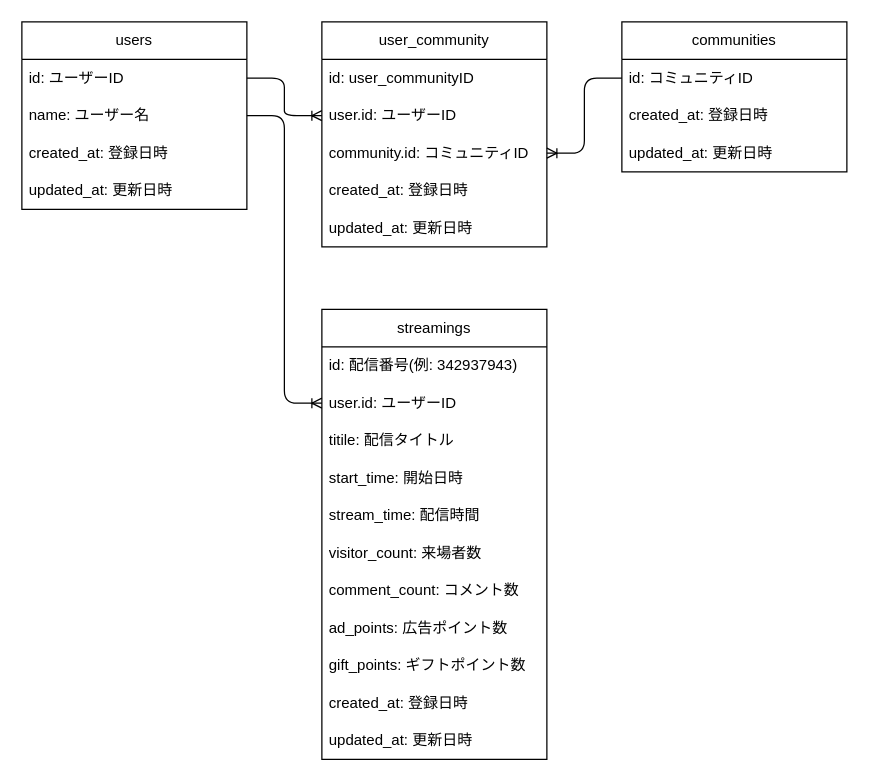
Before: NicodbApp.drawio in MASA20201203/NicodbLaravel, a draw.io diagram. Source tidied: cells renumbered, new cells numbered last; positions are measured from the earlier drawing's top-left corner, leaving out a move shared by most shapes. Both pictures are drawn from the tidied source at 125%, with x=0, y=0 at pixel (21, 21).
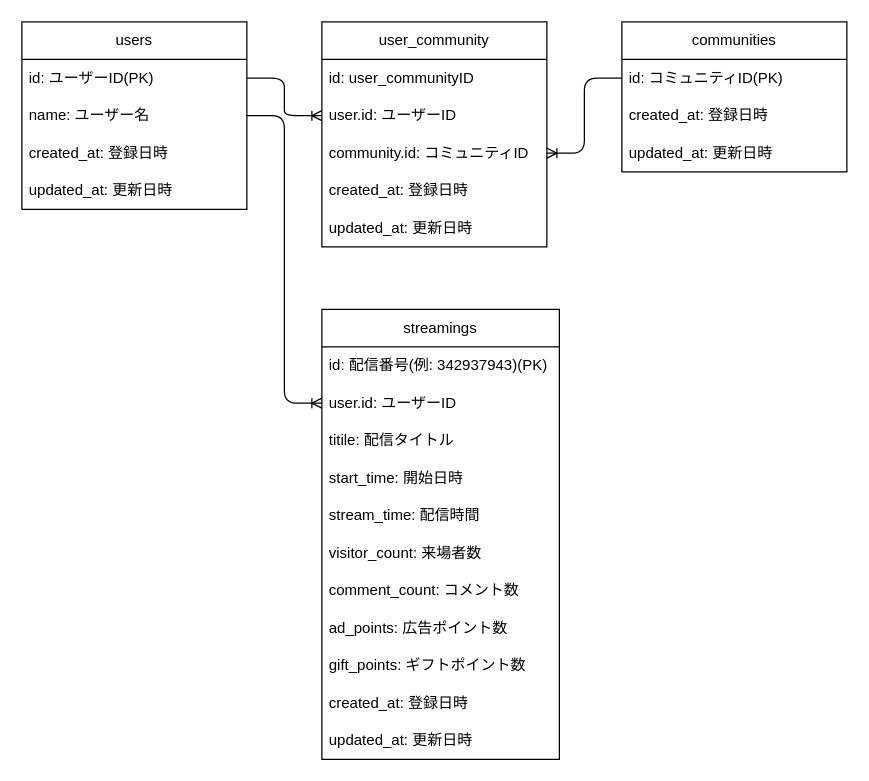
The same diagram, later.

Commit message:
PK（プライマリーキー）の記載を追加

Unchanged cells that the change refers to:
```xml
<mxCell id="2" value="users" style="swimlane;fontStyle=0;horizontal=1;startSize=30;whiteSpace=wrap;html=1;" parent="1" vertex="1">
  <mxGeometry width="180" height="150" as="geometry" />
</mxCell>
<mxCell id="20" value="communities" style="swimlane;fontStyle=0;horizontal=1;startSize=30;whiteSpace=wrap;html=1;" parent="1" vertex="1">
  <mxGeometry x="480" width="180" height="120" as="geometry" />
</mxCell>
```

Diff of the diagram source:
```diff
@@
-    <mxCell id="3" value="id: ユーザーID" style="text;strokeColor=none;fillColor=none;align=left;verticalAlign=middle;spacingLeft=4;spacingRight=4;overflow=hidden;points=[[0,0.5],[1,0.5]];portConstraint=eastwest;whiteSpace=wrap;html=1;" parent="2" vertex="1">
+    <mxCell id="3" value="id: ユーザーID(PK)" style="text;strokeColor=none;fillColor=none;align=left;verticalAlign=middle;spacingLeft=4;spacingRight=4;overflow=hidden;points=[[0,0.5],[1,0.5]];portConstraint=eastwest;whiteSpace=wrap;html=1;" parent="2" vertex="1">
       <mxGeometry y="30" width="180" height="30" as="geometry" />
     </mxCell>
@@
     <mxCell id="7" value="streamings" style="swimlane;fontStyle=0;horizontal=1;startSize=30;whiteSpace=wrap;html=1;" parent="1" vertex="1">
-      <mxGeometry x="240" y="230" width="180" height="360" as="geometry" />
+      <mxGeometry x="240" y="230" width="190" height="360" as="geometry" />
     </mxCell>
-    <mxCell id="8" value="id: 配信番号(例: 342937943)" style="text;strokeColor=none;fillColor=none;align=left;verticalAlign=middle;spacingLeft=4;spacingRight=4;overflow=hidden;whiteSpace=wrap;html=1;" parent="7" vertex="1">
-      <mxGeometry y="30" width="180" height="30" as="geometry" />
+    <mxCell id="8" value="id: 配信番号(例: 342937943)(PK)" style="text;strokeColor=none;fillColor=none;align=left;verticalAlign=middle;spacingLeft=4;spacingRight=4;overflow=hidden;whiteSpace=wrap;html=1;" parent="7" vertex="1">
+      <mxGeometry y="30" width="190" height="30" as="geometry" />
     </mxCell>
     <mxCell id="9" value="user.id: ユーザーID" style="text;strokeColor=none;fillColor=none;align=left;verticalAlign=middle;spacingLeft=4;spacingRight=4;overflow=hidden;points=[[0,0.5],[1,0.5]];portConstraint=eastwest;whiteSpace=wrap;html=1;" parent="7" vertex="1">
-      <mxGeometry y="60" width="180" height="30" as="geometry" />
+      <mxGeometry y="60" width="190" height="30" as="geometry" />
     </mxCell>
     <mxCell id="10" value="titile: 配信タイトル" style="text;strokeColor=none;fillColor=none;align=left;verticalAlign=middle;spacingLeft=4;spacingRight=4;overflow=hidden;whiteSpace=wrap;html=1;" parent="7" vertex="1">
-      <mxGeometry y="90" width="180" height="30" as="geometry" />
+      <mxGeometry y="90" width="190" height="30" as="geometry" />
     </mxCell>
     <mxCell id="11" value="start_time: 開始日時" style="text;strokeColor=none;fillColor=none;align=left;verticalAlign=middle;spacingLeft=4;spacingRight=4;overflow=hidden;whiteSpace=wrap;html=1;" parent="7" vertex="1">
-      <mxGeometry y="120" width="180" height="30" as="geometry" />
+      <mxGeometry y="120" width="190" height="30" as="geometry" />
     </mxCell>
     <mxCell id="12" value="stream_time: 配信時間" style="text;strokeColor=none;fillColor=none;align=left;verticalAlign=middle;spacingLeft=4;spacingRight=4;overflow=hidden;whiteSpace=wrap;html=1;" parent="7" vertex="1">
-      <mxGeometry y="150" width="180" height="30" as="geometry" />
+      <mxGeometry y="150" width="190" height="30" as="geometry" />
     </mxCell>
     <mxCell id="13" value="visitor_count: 来場者数" style="text;strokeColor=none;fillColor=none;align=left;verticalAlign=middle;spacingLeft=4;spacingRight=4;overflow=hidden;whiteSpace=wrap;html=1;" parent="7" vertex="1">
-      <mxGeometry y="180" width="180" height="30" as="geometry" />
+      <mxGeometry y="180" width="190" height="30" as="geometry" />
     </mxCell>
     <mxCell id="14" value="comment_count: コメント数" style="text;strokeColor=none;fillColor=none;align=left;verticalAlign=middle;spacingLeft=4;spacingRight=4;overflow=hidden;whiteSpace=wrap;html=1;" parent="7" vertex="1">
-      <mxGeometry y="210" width="180" height="30" as="geometry" />
+      <mxGeometry y="210" width="190" height="30" as="geometry" />
     </mxCell>
     <mxCell id="15" value="ad_points: 広告ポイント数" style="text;strokeColor=none;fillColor=none;align=left;verticalAlign=middle;spacingLeft=4;spacingRight=4;overflow=hidden;whiteSpace=wrap;html=1;" parent="7" vertex="1">
-      <mxGeometry y="240" width="180" height="30" as="geometry" />
+      <mxGeometry y="240" width="190" height="30" as="geometry" />
     </mxCell>
     <mxCell id="16" value="gift_points: ギフトポイント数" style="text;strokeColor=none;fillColor=none;align=left;verticalAlign=middle;spacingLeft=4;spacingRight=4;overflow=hidden;whiteSpace=wrap;html=1;" parent="7" vertex="1">
-      <mxGeometry y="270" width="180" height="30" as="geometry" />
+      <mxGeometry y="270" width="190" height="30" as="geometry" />
     </mxCell>
     <mxCell id="17" value="created_at: 登録日時" style="text;strokeColor=none;fillColor=none;align=left;verticalAlign=middle;spacingLeft=4;spacingRight=4;overflow=hidden;whiteSpace=wrap;html=1;" parent="7" vertex="1">
-      <mxGeometry y="300" width="180" height="30" as="geometry" />
+      <mxGeometry y="300" width="190" height="30" as="geometry" />
     </mxCell>
     <mxCell id="18" value="updated_at: 更新日時" style="text;strokeColor=none;fillColor=none;align=left;verticalAlign=middle;spacingLeft=4;spacingRight=4;overflow=hidden;whiteSpace=wrap;html=1;" parent="7" vertex="1">
-      <mxGeometry y="330" width="180" height="30" as="geometry" />
+      <mxGeometry y="330" width="190" height="30" as="geometry" />
     </mxCell>
@@
-    <mxCell id="21" value="id: コミュニティID" style="text;strokeColor=none;fillColor=none;align=left;verticalAlign=middle;spacingLeft=4;spacingRight=4;overflow=hidden;points=[[0,0.5],[1,0.5]];portConstraint=eastwest;whiteSpace=wrap;html=1;" parent="20" vertex="1">
+    <mxCell id="21" value="id: コミュニティID(PK)" style="text;strokeColor=none;fillColor=none;align=left;verticalAlign=middle;spacingLeft=4;spacingRight=4;overflow=hidden;points=[[0,0.5],[1,0.5]];portConstraint=eastwest;whiteSpace=wrap;html=1;" parent="20" vertex="1">
       <mxGeometry y="30" width="180" height="30" as="geometry" />
     </mxCell>
```
